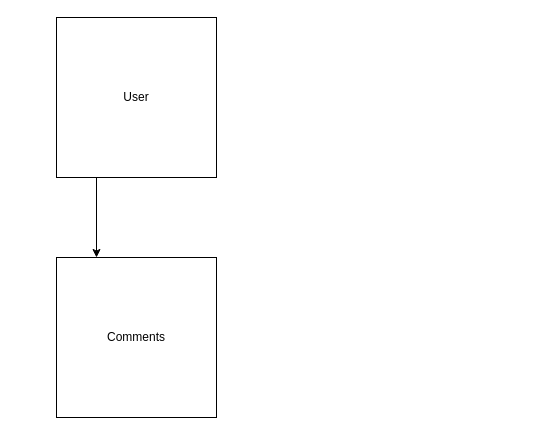
The draw.io diagram ProjectOneERD.drawio in rosenbr/Project_1, before the edit. Source tidied: cells renumbered, new cells numbered last; positions are measured from the earlier drawing's top-left corner, leaving out a move shared by most shapes. Both pictures are drawn from the tidied source at 100%, with x=0, y=0 at pixel (56, 17).
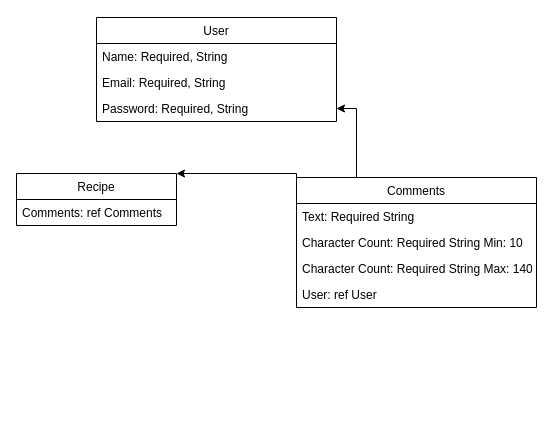
The same diagram, later.

The edit, as a diff of the source:
```diff
@@
 <mxGraphModel>
   <root>
     <mxCell id="0" />
     <mxCell id="1" parent="0" />
-    <mxCell id="2" style="edgeStyle=orthogonalEdgeStyle;rounded=0;jettySize=auto;html=1;exitX=0.25;exitY=1;exitDx=0;exitDy=0;entryX=0.25;entryY=0;entryDx=0;entryDy=0;" parent="1" edge="1" source="3" target="4">
-      <mxGeometry relative="1" as="geometry" />
-    </mxCell>
-    <mxCell id="3" value="User" style="whiteSpace=wrap;html=1;" parent="1" vertex="1">
-      <mxGeometry width="160" height="160" as="geometry" />
+    <mxCell id="3" value="User" style="swimlane;fontStyle=0;horizontal=1;startSize=26;fillColor=none;" parent="1" vertex="1">
+      <mxGeometry x="40" width="240" height="104" as="geometry" />
     </mxCell>
+    <mxCell id="5" value="Name: Required, String" style="text;strokeColor=none;fillColor=none;align=left;verticalAlign=top;spacingLeft=4;spacingRight=4;overflow=hidden;" parent="3" vertex="1">
+      <mxGeometry y="26" width="240" height="26" as="geometry" />
+    </mxCell>
+    <mxCell id="6" value="Email: Required, String" style="text;strokeColor=none;fillColor=none;align=left;verticalAlign=top;spacingLeft=4;spacingRight=4;overflow=hidden;" parent="3" vertex="1">
+      <mxGeometry y="52" width="240" height="26" as="geometry" />
+    </mxCell>
+    <mxCell id="7" value="Password: Required, String" style="text;strokeColor=none;fillColor=none;align=left;verticalAlign=top;spacingLeft=4;spacingRight=4;overflow=hidden;points=[[0,0.5],[1,0.5]];portConstraint=eastwest;" parent="3" vertex="1">
+      <mxGeometry y="78" width="240" height="26" as="geometry" />
+    </mxCell>
+    <mxCell id="8" style="edgeStyle=orthogonalEdgeStyle;rounded=0;jettySize=auto;html=1;exitX=0;exitY=0;exitDx=0;exitDy=0;entryX=1;entryY=0;entryDx=0;entryDy=0;" parent="1" edge="1" source="4" target="14">
+      <mxGeometry relative="1" as="geometry">
+        <Array as="points">
+          <mxPoint x="240" y="156" />
+        </Array>
+      </mxGeometry>
+    </mxCell>
+    <mxCell id="9" style="edgeStyle=orthogonalEdgeStyle;rounded=0;jettySize=auto;html=1;exitX=0.25;exitY=0;exitDx=0;exitDy=0;entryX=1;entryY=0.5;entryDx=0;entryDy=0;" parent="1" edge="1" source="4" target="7">
+      <mxGeometry relative="1" as="geometry" />
+    </mxCell>
-    <mxCell id="4" value="Comments" style="whiteSpace=wrap;html=1;fontFamily=Helvetica;" parent="1" vertex="1">
-      <mxGeometry y="240" width="160" height="160" as="geometry" />
+    <mxCell id="4" value="Comments" style="swimlane;fontStyle=0;horizontal=1;startSize=26;fillColor=none;" parent="1" vertex="1">
+      <mxGeometry x="240" y="160" width="240" height="130" as="geometry" />
     </mxCell>
+    <mxCell id="10" value="Text: Required String" style="text;strokeColor=none;fillColor=none;align=left;verticalAlign=top;spacingLeft=4;spacingRight=4;overflow=hidden;" parent="4" vertex="1">
+      <mxGeometry y="26" width="240" height="26" as="geometry" />
+    </mxCell>
+    <mxCell id="11" value="Character Count: Required String Min: 10" style="text;strokeColor=none;fillColor=none;align=left;verticalAlign=top;spacingLeft=4;spacingRight=4;overflow=hidden;" parent="4" vertex="1">
+      <mxGeometry y="52" width="240" height="26" as="geometry" />
+    </mxCell>
+    <mxCell id="12" value="Character Count: Required String Max: 140" style="text;strokeColor=none;fillColor=none;align=left;verticalAlign=top;spacingLeft=4;spacingRight=4;overflow=hidden;" parent="4" vertex="1">
+      <mxGeometry y="78" width="240" height="26" as="geometry" />
+    </mxCell>
+    <mxCell id="13" value="User: ref User" style="text;strokeColor=none;fillColor=none;align=left;verticalAlign=top;spacingLeft=4;spacingRight=4;overflow=hidden;" parent="4" vertex="1">
+      <mxGeometry y="104" width="240" height="26" as="geometry" />
+    </mxCell>
+    <mxCell id="14" value="Recipe" style="swimlane;fontStyle=0;horizontal=1;startSize=26;fillColor=none;" parent="1" vertex="1">
+      <mxGeometry x="-40" y="156" width="160" height="52" as="geometry" />
+    </mxCell>
+    <mxCell id="15" value="Comments: ref Comments" style="text;strokeColor=none;fillColor=none;align=left;verticalAlign=top;spacingLeft=4;spacingRight=4;overflow=hidden;" parent="14" vertex="1">
+      <mxGeometry y="26" width="160" height="26" as="geometry" />
+    </mxCell>
   </root>
 </mxGraphModel>
```
